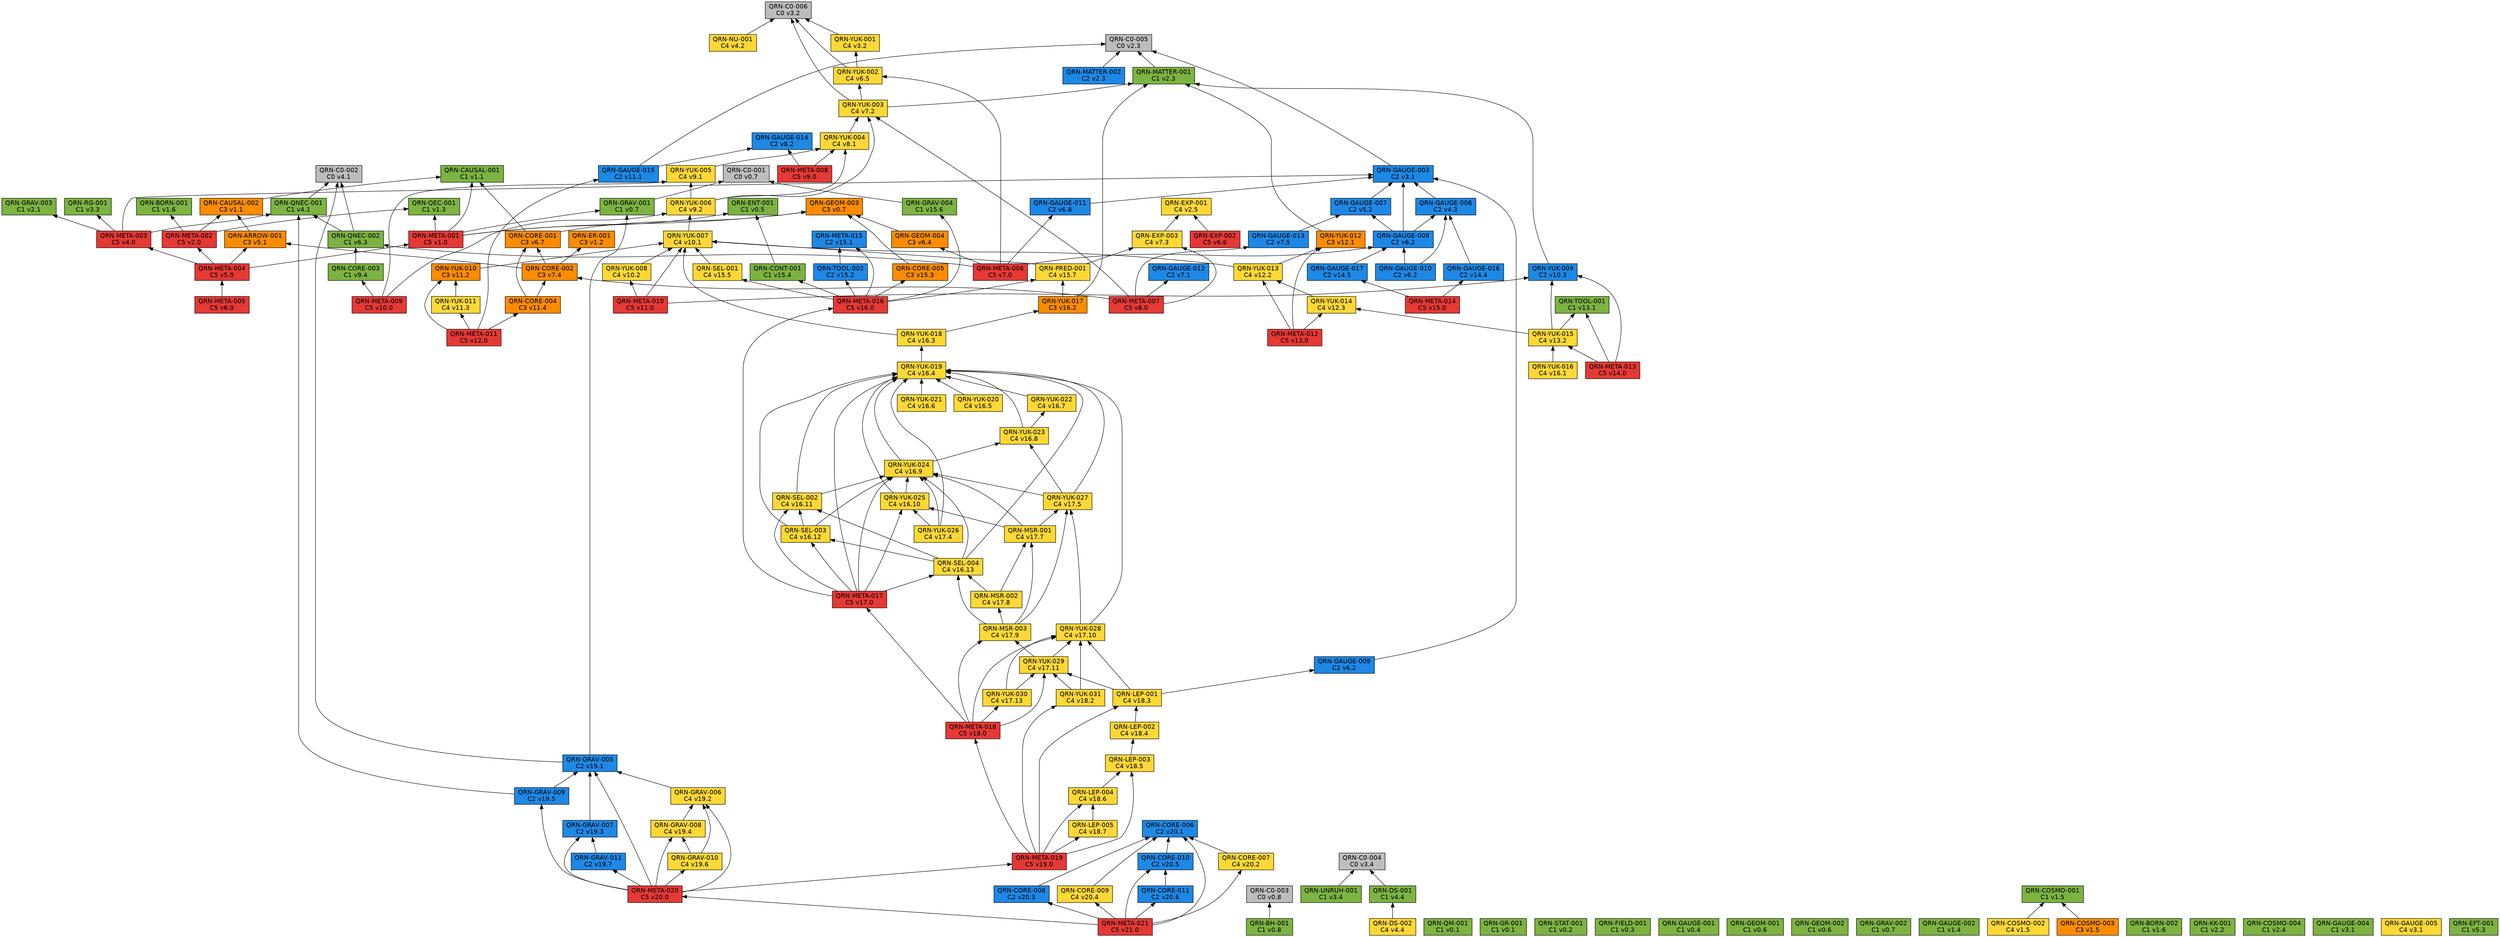
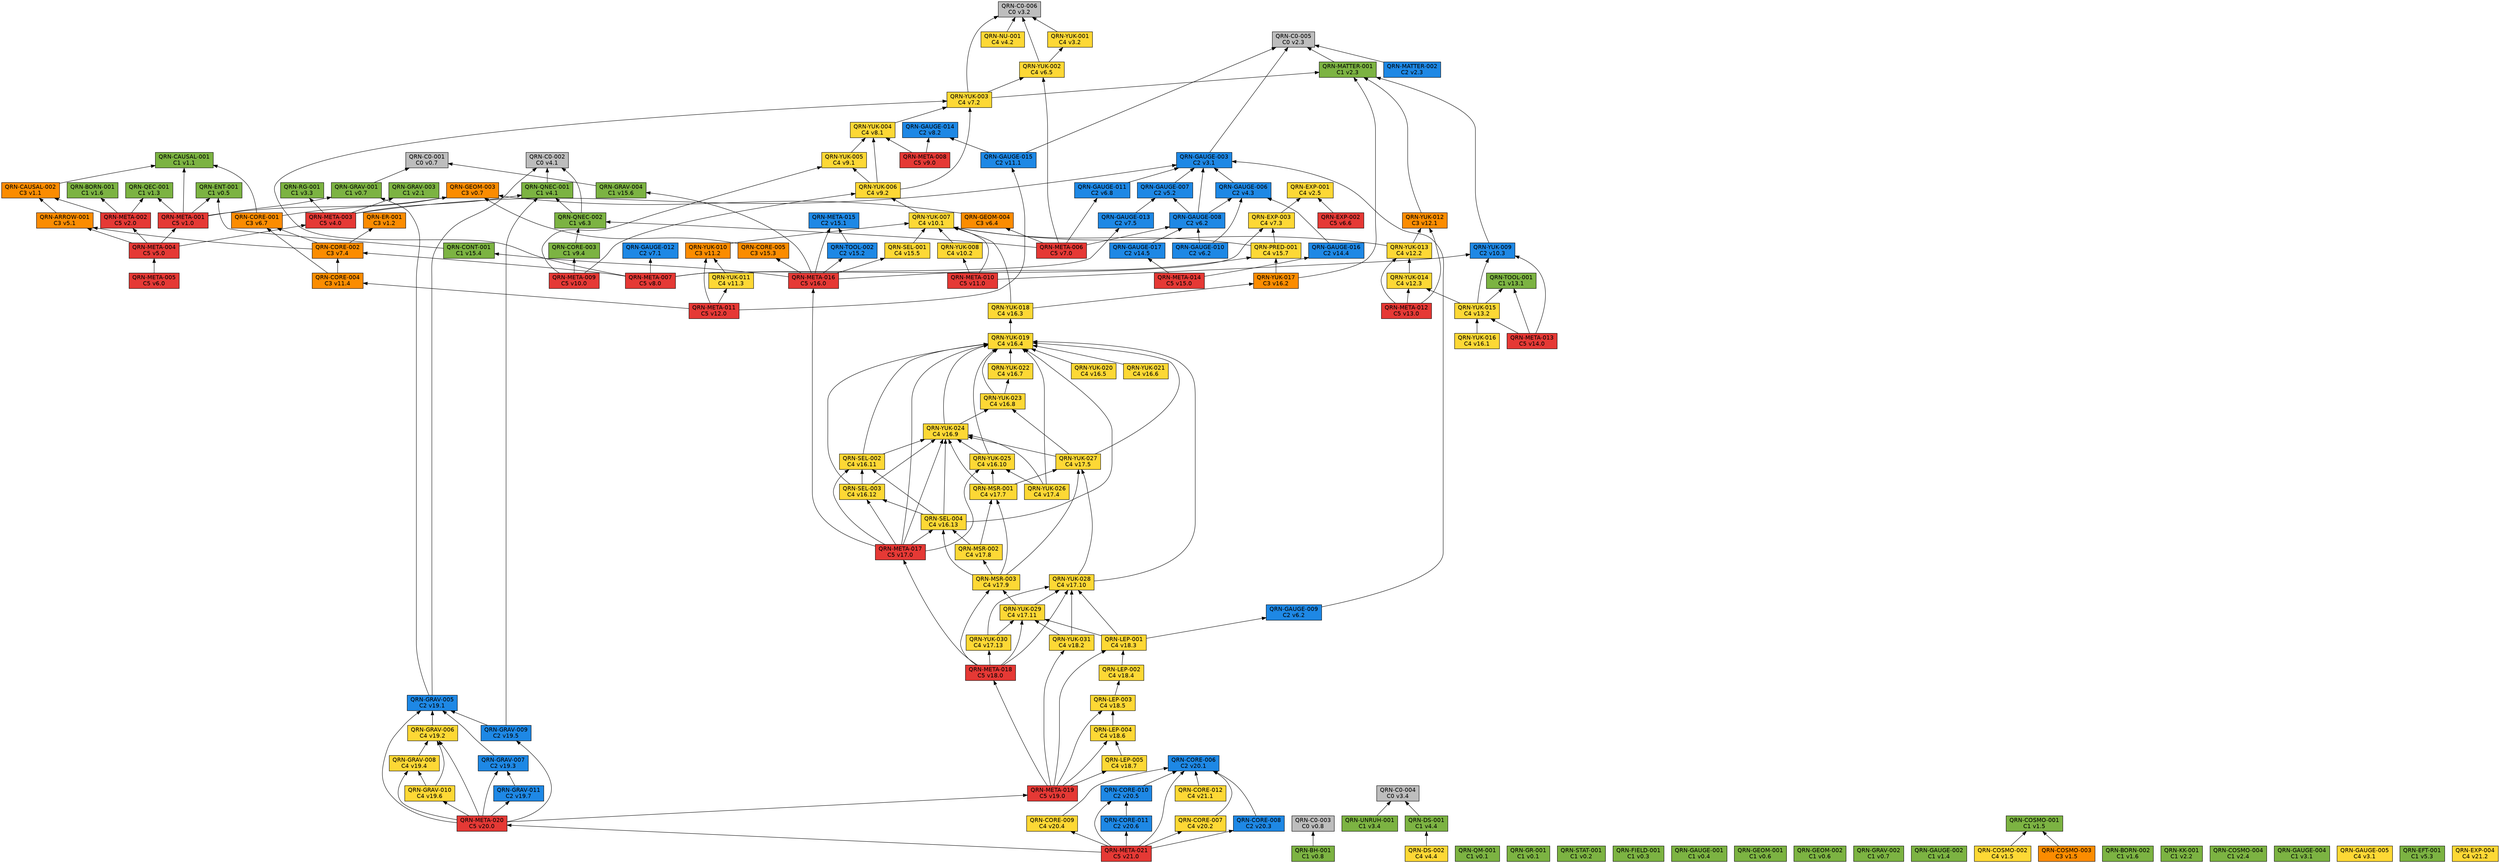
// 自動生成 (dag/report.pl) — QRN 主張依存グラフ
digraph qrn {
  rankdir=BT;
  node [shape=box, style=filled, fontname="Helvetica"];
  "QRN-C0-001" [fillcolor="#bdbdbd", label="QRN-C0-001\nC0 v0.7"];
  "QRN-C0-002" [fillcolor="#bdbdbd", label="QRN-C0-002\nC0 v4.1"];
  "QRN-C0-003" [fillcolor="#bdbdbd", label="QRN-C0-003\nC0 v0.8"];
  "QRN-C0-004" [fillcolor="#bdbdbd", label="QRN-C0-004\nC0 v3.4"];
  "QRN-C0-005" [fillcolor="#bdbdbd", label="QRN-C0-005\nC0 v2.3"];
  "QRN-C0-006" [fillcolor="#bdbdbd", label="QRN-C0-006\nC0 v3.2"];
  "QRN-QM-001" [fillcolor="#7cb342", label="QRN-QM-001\nC1 v0.1"];
  "QRN-GR-001" [fillcolor="#7cb342", label="QRN-GR-001\nC1 v0.1"];
  "QRN-STAT-001" [fillcolor="#7cb342", label="QRN-STAT-001\nC1 v0.2"];
  "QRN-FIELD-001" [fillcolor="#7cb342", label="QRN-FIELD-001\nC1 v0.3"];
  "QRN-GAUGE-001" [fillcolor="#7cb342", label="QRN-GAUGE-001\nC1 v0.4"];
  "QRN-ENT-001" [fillcolor="#7cb342", label="QRN-ENT-001\nC1 v0.5"];
  "QRN-GEOM-001" [fillcolor="#7cb342", label="QRN-GEOM-001\nC1 v0.6"];
  "QRN-GEOM-002" [fillcolor="#7cb342", label="QRN-GEOM-002\nC1 v0.6"];
  "QRN-GEOM-003" [fillcolor="#fb8c00", label="QRN-GEOM-003\nC3 v0.7"];
  "QRN-GRAV-001" [fillcolor="#7cb342", label="QRN-GRAV-001\nC1 v0.7"];
  "QRN-GRAV-002" [fillcolor="#7cb342", label="QRN-GRAV-002\nC1 v0.7"];
  "QRN-BH-001" [fillcolor="#7cb342", label="QRN-BH-001\nC1 v0.8"];
  "QRN-CAUSAL-001" [fillcolor="#7cb342", label="QRN-CAUSAL-001\nC1 v1.1"];
  "QRN-CAUSAL-002" [fillcolor="#fb8c00", label="QRN-CAUSAL-002\nC3 v1.1"];
  "QRN-ER-001" [fillcolor="#fb8c00", label="QRN-ER-001\nC3 v1.2"];
  "QRN-QEC-001" [fillcolor="#7cb342", label="QRN-QEC-001\nC1 v1.3"];
  "QRN-GAUGE-002" [fillcolor="#7cb342", label="QRN-GAUGE-002\nC1 v1.4"];
  "QRN-COSMO-001" [fillcolor="#7cb342", label="QRN-COSMO-001\nC1 v1.5"];
  "QRN-COSMO-002" [fillcolor="#fdd835", label="QRN-COSMO-002\nC4 v1.5"];
  "QRN-COSMO-003" [fillcolor="#fb8c00", label="QRN-COSMO-003\nC3 v1.5"];
  "QRN-BORN-001" [fillcolor="#7cb342", label="QRN-BORN-001\nC1 v1.6"];
  "QRN-BORN-002" [fillcolor="#7cb342", label="QRN-BORN-002\nC1 v1.6"];
  "QRN-GRAV-003" [fillcolor="#7cb342", label="QRN-GRAV-003\nC1 v2.1"];
  "QRN-KK-001" [fillcolor="#7cb342", label="QRN-KK-001\nC1 v2.2"];
  "QRN-MATTER-001" [fillcolor="#7cb342", label="QRN-MATTER-001\nC1 v2.3"];
  "QRN-MATTER-002" [fillcolor="#1e88e5", label="QRN-MATTER-002\nC2 v2.3"];
  "QRN-COSMO-004" [fillcolor="#7cb342", label="QRN-COSMO-004\nC1 v2.4"];
  "QRN-EXP-001" [fillcolor="#fdd835", label="QRN-EXP-001\nC4 v2.5"];
  "QRN-GAUGE-003" [fillcolor="#1e88e5", label="QRN-GAUGE-003\nC2 v3.1"];
  "QRN-GAUGE-004" [fillcolor="#7cb342", label="QRN-GAUGE-004\nC1 v3.1"];
  "QRN-GAUGE-005" [fillcolor="#fdd835", label="QRN-GAUGE-005\nC4 v3.1"];
  "QRN-YUK-001" [fillcolor="#fdd835", label="QRN-YUK-001\nC4 v3.2"];
  "QRN-RG-001" [fillcolor="#7cb342", label="QRN-RG-001\nC1 v3.3"];
  "QRN-UNRUH-001" [fillcolor="#7cb342", label="QRN-UNRUH-001\nC1 v3.4"];
  "QRN-QNEC-001" [fillcolor="#7cb342", label="QRN-QNEC-001\nC1 v4.1"];
  "QRN-NU-001" [fillcolor="#fdd835", label="QRN-NU-001\nC4 v4.2"];
  "QRN-GAUGE-006" [fillcolor="#1e88e5", label="QRN-GAUGE-006\nC2 v4.3"];
  "QRN-DS-001" [fillcolor="#7cb342", label="QRN-DS-001\nC1 v4.4"];
  "QRN-DS-002" [fillcolor="#fdd835", label="QRN-DS-002\nC4 v4.4"];
  "QRN-ARROW-001" [fillcolor="#fb8c00", label="QRN-ARROW-001\nC3 v5.1"];
  "QRN-GAUGE-007" [fillcolor="#1e88e5", label="QRN-GAUGE-007\nC2 v5.2"];
  "QRN-EFT-001" [fillcolor="#7cb342", label="QRN-EFT-001\nC1 v5.3"];
  "QRN-GAUGE-008" [fillcolor="#1e88e5", label="QRN-GAUGE-008\nC2 v6.2"];
  "QRN-GAUGE-009" [fillcolor="#1e88e5", label="QRN-GAUGE-009\nC2 v6.2"];
  "QRN-GAUGE-010" [fillcolor="#1e88e5", label="QRN-GAUGE-010\nC2 v6.2"];
  "QRN-QNEC-002" [fillcolor="#7cb342", label="QRN-QNEC-002\nC1 v6.3"];
  "QRN-GEOM-004" [fillcolor="#fb8c00", label="QRN-GEOM-004\nC3 v6.4"];
  "QRN-YUK-002" [fillcolor="#fdd835", label="QRN-YUK-002\nC4 v6.5"];
  "QRN-EXP-002" [fillcolor="#e53935", label="QRN-EXP-002\nC5 v6.6"];
  "QRN-CORE-001" [fillcolor="#fb8c00", label="QRN-CORE-001\nC3 v6.7"];
  "QRN-GAUGE-011" [fillcolor="#1e88e5", label="QRN-GAUGE-011\nC2 v6.8"];
  "QRN-GAUGE-012" [fillcolor="#1e88e5", label="QRN-GAUGE-012\nC2 v7.1"];
  "QRN-YUK-003" [fillcolor="#fdd835", label="QRN-YUK-003\nC4 v7.2"];
  "QRN-EXP-003" [fillcolor="#fdd835", label="QRN-EXP-003\nC4 v7.3"];
  "QRN-CORE-002" [fillcolor="#fb8c00", label="QRN-CORE-002\nC3 v7.4"];
  "QRN-GAUGE-013" [fillcolor="#1e88e5", label="QRN-GAUGE-013\nC2 v7.5"];
  "QRN-YUK-004" [fillcolor="#fdd835", label="QRN-YUK-004\nC4 v8.1"];
  "QRN-GAUGE-014" [fillcolor="#1e88e5", label="QRN-GAUGE-014\nC2 v8.2"];
  "QRN-META-001" [fillcolor="#e53935", label="QRN-META-001\nC5 v1.0"];
  "QRN-META-002" [fillcolor="#e53935", label="QRN-META-002\nC5 v2.0"];
  "QRN-META-003" [fillcolor="#e53935", label="QRN-META-003\nC5 v4.0"];
  "QRN-META-004" [fillcolor="#e53935", label="QRN-META-004\nC5 v5.0"];
  "QRN-META-005" [fillcolor="#e53935", label="QRN-META-005\nC5 v6.0"];
  "QRN-META-006" [fillcolor="#e53935", label="QRN-META-006\nC5 v7.0"];
  "QRN-META-007" [fillcolor="#e53935", label="QRN-META-007\nC5 v8.0"];
  "QRN-META-008" [fillcolor="#e53935", label="QRN-META-008\nC5 v9.0"];
  "QRN-YUK-005" [fillcolor="#fdd835", label="QRN-YUK-005\nC4 v9.1"];
  "QRN-YUK-006" [fillcolor="#fdd835", label="QRN-YUK-006\nC4 v9.2"];
  "QRN-CORE-003" [fillcolor="#7cb342", label="QRN-CORE-003\nC1 v9.4"];
  "QRN-META-009" [fillcolor="#e53935", label="QRN-META-009\nC5 v10.0"];
  "QRN-YUK-007" [fillcolor="#fdd835", label="QRN-YUK-007\nC4 v10.1"];
  "QRN-YUK-008" [fillcolor="#fdd835", label="QRN-YUK-008\nC4 v10.2"];
  "QRN-YUK-009" [fillcolor="#1e88e5", label="QRN-YUK-009\nC2 v10.3"];
  "QRN-META-010" [fillcolor="#e53935", label="QRN-META-010\nC5 v11.0"];
  "QRN-GAUGE-015" [fillcolor="#1e88e5", label="QRN-GAUGE-015\nC2 v11.1"];
  "QRN-YUK-010" [fillcolor="#fb8c00", label="QRN-YUK-010\nC3 v11.2"];
  "QRN-YUK-011" [fillcolor="#fdd835", label="QRN-YUK-011\nC4 v11.3"];
  "QRN-CORE-004" [fillcolor="#fb8c00", label="QRN-CORE-004\nC3 v11.4"];
  "QRN-META-011" [fillcolor="#e53935", label="QRN-META-011\nC5 v12.0"];
  "QRN-YUK-012" [fillcolor="#fb8c00", label="QRN-YUK-012\nC3 v12.1"];
  "QRN-YUK-013" [fillcolor="#fdd835", label="QRN-YUK-013\nC4 v12.2"];
  "QRN-YUK-014" [fillcolor="#fdd835", label="QRN-YUK-014\nC4 v12.3"];
  "QRN-META-012" [fillcolor="#e53935", label="QRN-META-012\nC5 v13.0"];
  "QRN-TOOL-001" [fillcolor="#7cb342", label="QRN-TOOL-001\nC1 v13.1"];
  "QRN-YUK-015" [fillcolor="#fdd835", label="QRN-YUK-015\nC4 v13.2"];
  "QRN-META-013" [fillcolor="#e53935", label="QRN-META-013\nC5 v14.0"];
  "QRN-GAUGE-016" [fillcolor="#1e88e5", label="QRN-GAUGE-016\nC2 v14.4"];
  "QRN-GAUGE-017" [fillcolor="#1e88e5", label="QRN-GAUGE-017\nC2 v14.5"];
  "QRN-META-014" [fillcolor="#e53935", label="QRN-META-014\nC5 v15.0"];
  "QRN-META-015" [fillcolor="#1e88e5", label="QRN-META-015\nC2 v15.1"];
  "QRN-TOOL-002" [fillcolor="#1e88e5", label="QRN-TOOL-002\nC2 v15.2"];
  "QRN-CORE-005" [fillcolor="#fb8c00", label="QRN-CORE-005\nC3 v15.3"];
  "QRN-CONT-001" [fillcolor="#7cb342", label="QRN-CONT-001\nC1 v15.4"];
  "QRN-SEL-001" [fillcolor="#fdd835", label="QRN-SEL-001\nC4 v15.5"];
  "QRN-GRAV-004" [fillcolor="#7cb342", label="QRN-GRAV-004\nC1 v15.6"];
  "QRN-PRED-001" [fillcolor="#fdd835", label="QRN-PRED-001\nC4 v15.7"];
  "QRN-META-016" [fillcolor="#e53935", label="QRN-META-016\nC5 v16.0"];
  "QRN-YUK-016" [fillcolor="#fdd835", label="QRN-YUK-016\nC4 v16.1"];
  "QRN-YUK-017" [fillcolor="#fb8c00", label="QRN-YUK-017\nC3 v16.2"];
  "QRN-YUK-018" [fillcolor="#fdd835", label="QRN-YUK-018\nC4 v16.3"];
  "QRN-YUK-019" [fillcolor="#fdd835", label="QRN-YUK-019\nC4 v16.4"];
  "QRN-YUK-020" [fillcolor="#fdd835", label="QRN-YUK-020\nC4 v16.5"];
  "QRN-YUK-021" [fillcolor="#fdd835", label="QRN-YUK-021\nC4 v16.6"];
  "QRN-YUK-022" [fillcolor="#fdd835", label="QRN-YUK-022\nC4 v16.7"];
  "QRN-YUK-023" [fillcolor="#fdd835", label="QRN-YUK-023\nC4 v16.8"];
  "QRN-YUK-024" [fillcolor="#fdd835", label="QRN-YUK-024\nC4 v16.9"];
  "QRN-YUK-025" [fillcolor="#fdd835", label="QRN-YUK-025\nC4 v16.10"];
  "QRN-SEL-002" [fillcolor="#fdd835", label="QRN-SEL-002\nC4 v16.11"];
  "QRN-SEL-003" [fillcolor="#fdd835", label="QRN-SEL-003\nC4 v16.12"];
  "QRN-SEL-004" [fillcolor="#fdd835", label="QRN-SEL-004\nC4 v16.13"];
  "QRN-META-017" [fillcolor="#e53935", label="QRN-META-017\nC5 v17.0"];
  "QRN-YUK-026" [fillcolor="#fdd835", label="QRN-YUK-026\nC4 v17.4"];
  "QRN-YUK-027" [fillcolor="#fdd835", label="QRN-YUK-027\nC4 v17.5"];
  "QRN-MSR-001" [fillcolor="#fdd835", label="QRN-MSR-001\nC4 v17.7"];
  "QRN-MSR-002" [fillcolor="#fdd835", label="QRN-MSR-002\nC4 v17.8"];
  "QRN-MSR-003" [fillcolor="#fdd835", label="QRN-MSR-003\nC4 v17.9"];
  "QRN-YUK-028" [fillcolor="#fdd835", label="QRN-YUK-028\nC4 v17.10"];
  "QRN-YUK-029" [fillcolor="#fdd835", label="QRN-YUK-029\nC4 v17.11"];
  "QRN-YUK-030" [fillcolor="#fdd835", label="QRN-YUK-030\nC4 v17.13"];
  "QRN-META-018" [fillcolor="#e53935", label="QRN-META-018\nC5 v18.0"];
  "QRN-YUK-031" [fillcolor="#fdd835", label="QRN-YUK-031\nC4 v18.2"];
  "QRN-LEP-001" [fillcolor="#fdd835", label="QRN-LEP-001\nC4 v18.3"];
  "QRN-LEP-002" [fillcolor="#fdd835", label="QRN-LEP-002\nC4 v18.4"];
  "QRN-LEP-003" [fillcolor="#fdd835", label="QRN-LEP-003\nC4 v18.5"];
  "QRN-LEP-004" [fillcolor="#fdd835", label="QRN-LEP-004\nC4 v18.6"];
  "QRN-LEP-005" [fillcolor="#fdd835", label="QRN-LEP-005\nC4 v18.7"];
  "QRN-META-019" [fillcolor="#e53935", label="QRN-META-019\nC5 v19.0"];
  "QRN-GRAV-005" [fillcolor="#1e88e5", label="QRN-GRAV-005\nC2 v19.1"];
  "QRN-GRAV-006" [fillcolor="#fdd835", label="QRN-GRAV-006\nC4 v19.2"];
  "QRN-GRAV-007" [fillcolor="#1e88e5", label="QRN-GRAV-007\nC2 v19.3"];
  "QRN-GRAV-008" [fillcolor="#fdd835", label="QRN-GRAV-008\nC4 v19.4"];
  "QRN-GRAV-009" [fillcolor="#1e88e5", label="QRN-GRAV-009\nC2 v19.5"];
  "QRN-GRAV-010" [fillcolor="#fdd835", label="QRN-GRAV-010\nC4 v19.6"];
  "QRN-GRAV-011" [fillcolor="#1e88e5", label="QRN-GRAV-011\nC2 v19.7"];
  "QRN-META-020" [fillcolor="#e53935", label="QRN-META-020\nC5 v20.0"];
  "QRN-CORE-006" [fillcolor="#1e88e5", label="QRN-CORE-006\nC2 v20.1"];
  "QRN-CORE-007" [fillcolor="#fdd835", label="QRN-CORE-007\nC4 v20.2"];
  "QRN-CORE-008" [fillcolor="#1e88e5", label="QRN-CORE-008\nC2 v20.3"];
  "QRN-CORE-009" [fillcolor="#fdd835", label="QRN-CORE-009\nC4 v20.4"];
  "QRN-CORE-010" [fillcolor="#1e88e5", label="QRN-CORE-010\nC2 v20.5"];
  "QRN-CORE-011" [fillcolor="#1e88e5", label="QRN-CORE-011\nC2 v20.6"];
  "QRN-META-021" [fillcolor="#e53935", label="QRN-META-021\nC5 v21.0"];
+   "QRN-CORE-012" [fillcolor="#fdd835", label="QRN-CORE-012\nC4 v21.1"];
+   "QRN-EXP-004" [fillcolor="#fdd835", label="QRN-EXP-004\nC4 v21.2"];
  "QRN-GRAV-001" -> "QRN-C0-001";
  "QRN-BH-001" -> "QRN-C0-003";
  "QRN-CAUSAL-002" -> "QRN-CAUSAL-001";
  "QRN-COSMO-002" -> "QRN-COSMO-001";
  "QRN-COSMO-003" -> "QRN-COSMO-001";
  "QRN-MATTER-001" -> "QRN-C0-005";
  "QRN-MATTER-002" -> "QRN-C0-005";
  "QRN-GAUGE-003" -> "QRN-C0-005";
  "QRN-YUK-001" -> "QRN-C0-006";
  "QRN-UNRUH-001" -> "QRN-C0-004";
  "QRN-QNEC-001" -> "QRN-C0-002";
  "QRN-NU-001" -> "QRN-C0-006";
  "QRN-GAUGE-006" -> "QRN-GAUGE-003";
  "QRN-DS-001" -> "QRN-C0-004";
  "QRN-DS-002" -> "QRN-DS-001";
  "QRN-ARROW-001" -> "QRN-CAUSAL-002";
  "QRN-GAUGE-007" -> "QRN-GAUGE-003";
  "QRN-GAUGE-008" -> "QRN-GAUGE-003";
  "QRN-GAUGE-008" -> "QRN-GAUGE-006";
  "QRN-GAUGE-008" -> "QRN-GAUGE-007";
  "QRN-GAUGE-009" -> "QRN-GAUGE-003";
  "QRN-GAUGE-010" -> "QRN-GAUGE-006";
  "QRN-GAUGE-010" -> "QRN-GAUGE-008";
  "QRN-QNEC-002" -> "QRN-C0-002";
  "QRN-QNEC-002" -> "QRN-QNEC-001";
  "QRN-GEOM-004" -> "QRN-GEOM-003";
  "QRN-YUK-002" -> "QRN-C0-006";
  "QRN-YUK-002" -> "QRN-YUK-001";
  "QRN-EXP-002" -> "QRN-EXP-001";
  "QRN-CORE-001" -> "QRN-GEOM-003";
  "QRN-CORE-001" -> "QRN-CAUSAL-001";
  "QRN-GAUGE-011" -> "QRN-GAUGE-003";
  "QRN-YUK-003" -> "QRN-C0-006";
  "QRN-YUK-003" -> "QRN-MATTER-001";
  "QRN-YUK-003" -> "QRN-YUK-002";
  "QRN-EXP-003" -> "QRN-EXP-001";
  "QRN-CORE-002" -> "QRN-CORE-001";
  "QRN-CORE-002" -> "QRN-ER-001";
  "QRN-CORE-002" -> "QRN-ARROW-001";
  "QRN-GAUGE-013" -> "QRN-GAUGE-007";
  "QRN-YUK-004" -> "QRN-YUK-003";
  "QRN-META-001" -> "QRN-GEOM-003";
  "QRN-META-001" -> "QRN-GRAV-001";
  "QRN-META-001" -> "QRN-CAUSAL-001";
  "QRN-META-001" -> "QRN-QEC-001";
  "QRN-META-001" -> "QRN-ENT-001";
  "QRN-META-002" -> "QRN-QEC-001";
  "QRN-META-002" -> "QRN-BORN-001";
  "QRN-META-002" -> "QRN-CAUSAL-002";
  "QRN-META-003" -> "QRN-GAUGE-003";
  "QRN-META-003" -> "QRN-RG-001";
  "QRN-META-003" -> "QRN-QNEC-001";
  "QRN-META-003" -> "QRN-GRAV-003";
  "QRN-META-004" -> "QRN-META-001";
  "QRN-META-004" -> "QRN-META-002";
  "QRN-META-004" -> "QRN-META-003";
  "QRN-META-004" -> "QRN-ARROW-001";
  "QRN-META-005" -> "QRN-META-004";
  "QRN-META-006" -> "QRN-GAUGE-008";
  "QRN-META-006" -> "QRN-QNEC-002";
  "QRN-META-006" -> "QRN-GEOM-004";
  "QRN-META-006" -> "QRN-YUK-002";
  "QRN-META-006" -> "QRN-GAUGE-011";
  "QRN-META-007" -> "QRN-GAUGE-012";
  "QRN-META-007" -> "QRN-YUK-003";
  "QRN-META-007" -> "QRN-EXP-003";
  "QRN-META-007" -> "QRN-CORE-002";
  "QRN-META-007" -> "QRN-GAUGE-013";
  "QRN-META-008" -> "QRN-YUK-004";
  "QRN-META-008" -> "QRN-GAUGE-014";
  "QRN-YUK-005" -> "QRN-YUK-004";
  "QRN-YUK-006" -> "QRN-YUK-003";
  "QRN-YUK-006" -> "QRN-YUK-004";
  "QRN-YUK-006" -> "QRN-YUK-005";
  "QRN-CORE-003" -> "QRN-QNEC-002";
  "QRN-META-009" -> "QRN-YUK-005";
  "QRN-META-009" -> "QRN-YUK-006";
  "QRN-META-009" -> "QRN-CORE-003";
  "QRN-YUK-007" -> "QRN-YUK-006";
  "QRN-YUK-008" -> "QRN-YUK-007";
  "QRN-YUK-009" -> "QRN-MATTER-001";
  "QRN-META-010" -> "QRN-YUK-007";
  "QRN-META-010" -> "QRN-YUK-008";
  "QRN-META-010" -> "QRN-YUK-009";
  "QRN-GAUGE-015" -> "QRN-C0-005";
  "QRN-GAUGE-015" -> "QRN-GAUGE-014";
  "QRN-YUK-010" -> "QRN-YUK-007";
  "QRN-YUK-011" -> "QRN-YUK-010";
  "QRN-CORE-004" -> "QRN-CORE-001";
  "QRN-CORE-004" -> "QRN-CORE-002";
  "QRN-META-011" -> "QRN-GAUGE-015";
  "QRN-META-011" -> "QRN-YUK-010";
  "QRN-META-011" -> "QRN-YUK-011";
  "QRN-META-011" -> "QRN-CORE-004";
  "QRN-YUK-012" -> "QRN-MATTER-001";
  "QRN-YUK-013" -> "QRN-YUK-012";
  "QRN-YUK-013" -> "QRN-YUK-007";
  "QRN-YUK-014" -> "QRN-YUK-013";
  "QRN-META-012" -> "QRN-YUK-012";
  "QRN-META-012" -> "QRN-YUK-013";
  "QRN-META-012" -> "QRN-YUK-014";
  "QRN-YUK-015" -> "QRN-YUK-014";
  "QRN-YUK-015" -> "QRN-TOOL-001";
  "QRN-YUK-015" -> "QRN-YUK-009";
  "QRN-META-013" -> "QRN-YUK-015";
  "QRN-META-013" -> "QRN-TOOL-001";
  "QRN-META-013" -> "QRN-YUK-009";
  "QRN-GAUGE-016" -> "QRN-GAUGE-006";
  "QRN-GAUGE-017" -> "QRN-GAUGE-008";
  "QRN-META-014" -> "QRN-GAUGE-016";
  "QRN-META-014" -> "QRN-GAUGE-017";
  "QRN-TOOL-002" -> "QRN-META-015";
  "QRN-CORE-005" -> "QRN-GEOM-003";
  "QRN-CONT-001" -> "QRN-ENT-001";
  "QRN-SEL-001" -> "QRN-YUK-007";
  "QRN-GRAV-004" -> "QRN-C0-001";
  "QRN-PRED-001" -> "QRN-YUK-007";
  "QRN-PRED-001" -> "QRN-EXP-003";
  "QRN-META-016" -> "QRN-META-015";
  "QRN-META-016" -> "QRN-TOOL-002";
  "QRN-META-016" -> "QRN-CORE-005";
  "QRN-META-016" -> "QRN-CONT-001";
  "QRN-META-016" -> "QRN-SEL-001";
  "QRN-META-016" -> "QRN-GRAV-004";
  "QRN-META-016" -> "QRN-PRED-001";
  "QRN-YUK-016" -> "QRN-YUK-015";
  "QRN-YUK-017" -> "QRN-MATTER-001";
  "QRN-YUK-017" -> "QRN-PRED-001";
  "QRN-YUK-018" -> "QRN-YUK-017";
  "QRN-YUK-018" -> "QRN-YUK-007";
  "QRN-YUK-019" -> "QRN-YUK-018";
  "QRN-YUK-020" -> "QRN-YUK-019";
  "QRN-YUK-021" -> "QRN-YUK-019";
  "QRN-YUK-022" -> "QRN-YUK-019";
  "QRN-YUK-023" -> "QRN-YUK-019";
  "QRN-YUK-023" -> "QRN-YUK-022";
  "QRN-YUK-024" -> "QRN-YUK-019";
  "QRN-YUK-024" -> "QRN-YUK-023";
  "QRN-YUK-025" -> "QRN-YUK-019";
  "QRN-YUK-025" -> "QRN-YUK-024";
  "QRN-SEL-002" -> "QRN-YUK-019";
  "QRN-SEL-002" -> "QRN-YUK-024";
  "QRN-SEL-003" -> "QRN-YUK-019";
  "QRN-SEL-003" -> "QRN-YUK-024";
  "QRN-SEL-003" -> "QRN-SEL-002";
  "QRN-SEL-004" -> "QRN-YUK-019";
  "QRN-SEL-004" -> "QRN-YUK-024";
  "QRN-SEL-004" -> "QRN-SEL-002";
  "QRN-SEL-004" -> "QRN-SEL-003";
  "QRN-META-017" -> "QRN-META-016";
  "QRN-META-017" -> "QRN-YUK-019";
  "QRN-META-017" -> "QRN-YUK-024";
  "QRN-META-017" -> "QRN-YUK-025";
  "QRN-META-017" -> "QRN-SEL-002";
  "QRN-META-017" -> "QRN-SEL-003";
  "QRN-META-017" -> "QRN-SEL-004";
  "QRN-YUK-026" -> "QRN-YUK-019";
  "QRN-YUK-026" -> "QRN-YUK-024";
  "QRN-YUK-026" -> "QRN-YUK-025";
  "QRN-YUK-027" -> "QRN-YUK-019";
  "QRN-YUK-027" -> "QRN-YUK-023";
  "QRN-YUK-027" -> "QRN-YUK-024";
  "QRN-MSR-001" -> "QRN-YUK-024";
  "QRN-MSR-001" -> "QRN-YUK-025";
  "QRN-MSR-001" -> "QRN-YUK-027";
  "QRN-MSR-002" -> "QRN-SEL-004";
  "QRN-MSR-002" -> "QRN-MSR-001";
  "QRN-MSR-003" -> "QRN-MSR-001";
  "QRN-MSR-003" -> "QRN-MSR-002";
  "QRN-MSR-003" -> "QRN-SEL-004";
  "QRN-MSR-003" -> "QRN-YUK-027";
  "QRN-YUK-028" -> "QRN-YUK-019";
  "QRN-YUK-028" -> "QRN-YUK-027";
  "QRN-YUK-029" -> "QRN-YUK-028";
  "QRN-YUK-029" -> "QRN-MSR-003";
  "QRN-YUK-030" -> "QRN-YUK-028";
  "QRN-YUK-030" -> "QRN-YUK-029";
  "QRN-META-018" -> "QRN-META-017";
  "QRN-META-018" -> "QRN-MSR-003";
  "QRN-META-018" -> "QRN-YUK-028";
  "QRN-META-018" -> "QRN-YUK-029";
  "QRN-META-018" -> "QRN-YUK-030";
  "QRN-YUK-031" -> "QRN-YUK-028";
  "QRN-YUK-031" -> "QRN-YUK-029";
  "QRN-LEP-001" -> "QRN-YUK-028";
  "QRN-LEP-001" -> "QRN-YUK-029";
  "QRN-LEP-001" -> "QRN-GAUGE-009";
  "QRN-LEP-002" -> "QRN-LEP-001";
  "QRN-LEP-003" -> "QRN-LEP-002";
  "QRN-LEP-004" -> "QRN-LEP-003";
  "QRN-LEP-005" -> "QRN-LEP-004";
  "QRN-META-019" -> "QRN-META-018";
  "QRN-META-019" -> "QRN-YUK-031";
  "QRN-META-019" -> "QRN-LEP-001";
  "QRN-META-019" -> "QRN-LEP-003";
  "QRN-META-019" -> "QRN-LEP-004";
  "QRN-META-019" -> "QRN-LEP-005";
  "QRN-GRAV-005" -> "QRN-C0-002";
  "QRN-GRAV-005" -> "QRN-GRAV-001";
  "QRN-GRAV-006" -> "QRN-GRAV-005";
  "QRN-GRAV-007" -> "QRN-GRAV-005";
  "QRN-GRAV-008" -> "QRN-GRAV-006";
  "QRN-GRAV-009" -> "QRN-GRAV-005";
  "QRN-GRAV-009" -> "QRN-QNEC-001";
  "QRN-GRAV-010" -> "QRN-GRAV-006";
  "QRN-GRAV-010" -> "QRN-GRAV-008";
  "QRN-GRAV-011" -> "QRN-GRAV-007";
  "QRN-META-020" -> "QRN-META-019";
  "QRN-META-020" -> "QRN-GRAV-005";
  "QRN-META-020" -> "QRN-GRAV-006";
  "QRN-META-020" -> "QRN-GRAV-007";
  "QRN-META-020" -> "QRN-GRAV-008";
  "QRN-META-020" -> "QRN-GRAV-009";
  "QRN-META-020" -> "QRN-GRAV-010";
  "QRN-META-020" -> "QRN-GRAV-011";
  "QRN-CORE-007" -> "QRN-CORE-006";
  "QRN-CORE-008" -> "QRN-CORE-006";
  "QRN-CORE-009" -> "QRN-CORE-006";
  "QRN-CORE-010" -> "QRN-CORE-006";
  "QRN-CORE-011" -> "QRN-CORE-010";
  "QRN-META-021" -> "QRN-META-020";
  "QRN-META-021" -> "QRN-CORE-006";
  "QRN-META-021" -> "QRN-CORE-007";
  "QRN-META-021" -> "QRN-CORE-008";
  "QRN-META-021" -> "QRN-CORE-009";
  "QRN-META-021" -> "QRN-CORE-010";
  "QRN-META-021" -> "QRN-CORE-011";
+   "QRN-CORE-012" -> "QRN-CORE-006";
}
